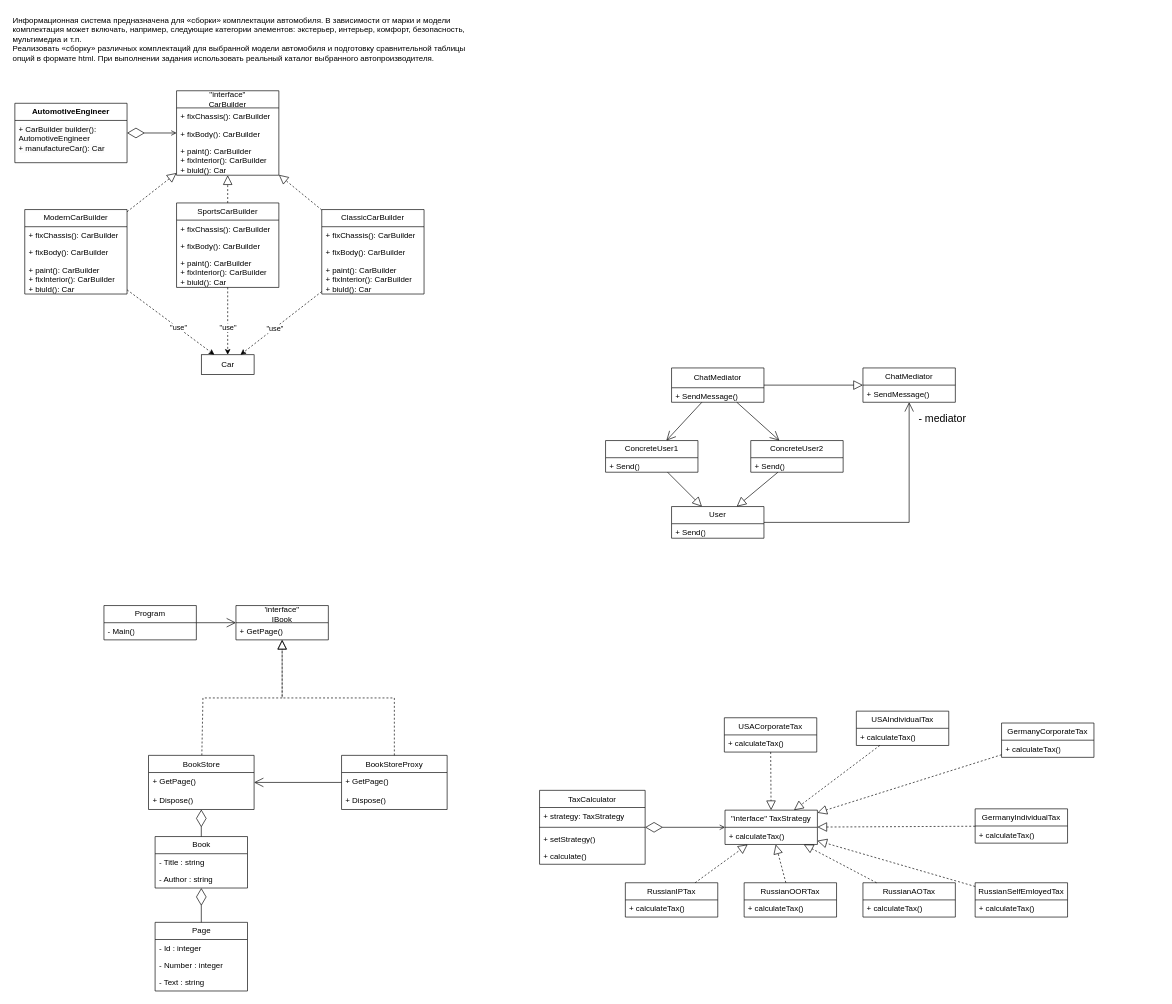
Above: page "2 семестр" (2 of 3) of fist.lab.drawio in veradel/BEAUTY_GLAMOUR_932220 (draw.io), before the change. Source tidied: cells renumbered, new cells numbered last; positions are measured from the earlier drawing's top-left corner, leaving out a move shared by most shapes. Both pictures are drawn from the tidied source at 66%, with x=0, y=0 at pixel (11, 11).
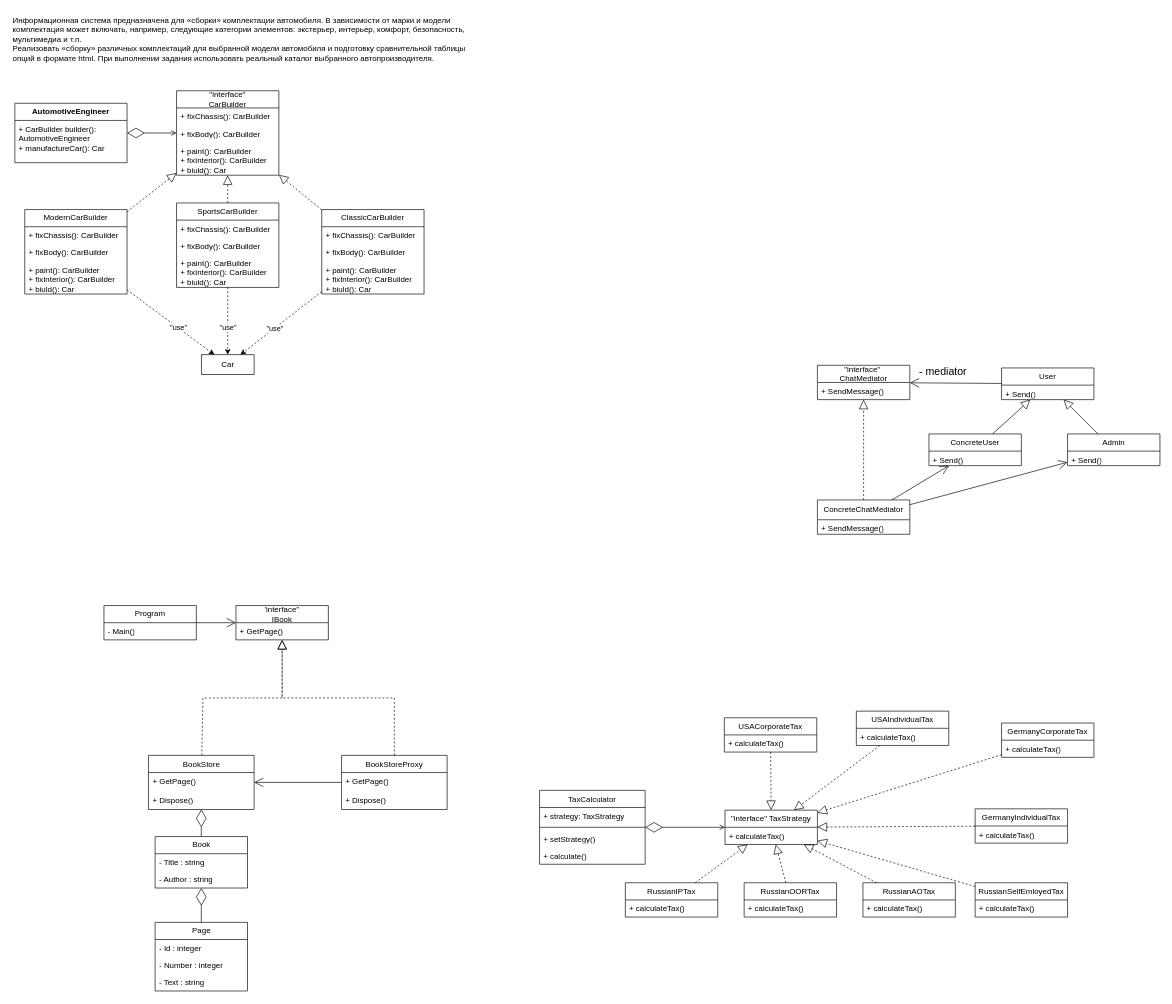
The same page after the edit.

Change to the diagram source:
```diff
@@
-    <mxCell id="55" value="ChatMediator" style="swimlane;fontStyle=0;horizontal=1;startSize=26;fillColor=none;whiteSpace=wrap;html=1;" parent="1" vertex="1">
-      <mxGeometry x="1290" y="540" width="140" height="52" as="geometry" />
+    <mxCell id="55" value="&quot;interface&quot;&amp;nbsp;&lt;div&gt;ChatMediator&lt;/div&gt;" style="swimlane;fontStyle=0;horizontal=1;startSize=26;fillColor=none;whiteSpace=wrap;html=1;" parent="1" vertex="1">
+      <mxGeometry x="1221" y="536" width="140" height="52" as="geometry" />
     </mxCell>
@@
-    <mxCell id="57" style="endArrow=block;endFill=0;endSize=12;html=1;rounded=0;" parent="1" edge="1" source="98" target="55">
+    <mxCell id="57" style="endArrow=block;endFill=0;endSize=12;html=1;rounded=0;dashed=1;" parent="1" edge="1" source="98" target="55">
       <mxGeometry relative="1" as="geometry" />
     </mxCell>
-    <mxCell id="58" value="ConcreteUser1" style="swimlane;fontStyle=0;horizontal=1;startSize=26;fillColor=none;whiteSpace=wrap;html=1;" parent="1" vertex="1">
-      <mxGeometry x="900" y="650" width="140" height="48" as="geometry" />
+    <mxCell id="58" value="ConcreteUser" style="swimlane;fontStyle=0;horizontal=1;startSize=26;fillColor=none;whiteSpace=wrap;html=1;" parent="1" vertex="1">
+      <mxGeometry x="1390" y="640" width="140" height="48" as="geometry" />
     </mxCell>
@@
-    <mxCell id="60" value="ConcreteUser2" style="swimlane;fontStyle=0;horizontal=1;startSize=26;fillColor=none;whiteSpace=wrap;html=1;" parent="1" vertex="1">
-      <mxGeometry x="1120" y="650" width="140" height="48" as="geometry" />
+    <mxCell id="60" value="Admin" style="swimlane;fontStyle=0;horizontal=1;startSize=26;fillColor=none;whiteSpace=wrap;html=1;" parent="1" vertex="1">
+      <mxGeometry x="1600" y="640" width="140" height="48" as="geometry" />
     </mxCell>
@@
-    <mxCell id="98" value="ChatMediator" style="swimlane;fontStyle=0;horizontal=1;startSize=30;fillColor=none;whiteSpace=wrap;html=1;" parent="1" vertex="1">
-      <mxGeometry x="1000" y="540" width="140" height="52" as="geometry" />
+    <mxCell id="98" value="ConcreteChatMediator" style="swimlane;fontStyle=0;horizontal=1;startSize=30;fillColor=none;whiteSpace=wrap;html=1;" parent="1" vertex="1">
+      <mxGeometry x="1221" y="740" width="140" height="52" as="geometry" />
     </mxCell>
@@
     <mxCell id="100" value="User" style="swimlane;fontStyle=0;horizontal=1;startSize=26;fillColor=none;whiteSpace=wrap;html=1;" parent="1" vertex="1">
-      <mxGeometry x="1000" y="750" width="140" height="48" as="geometry" />
+      <mxGeometry x="1500" y="540" width="140" height="48" as="geometry" />
     </mxCell>
@@
     <mxCell id="102" style="endArrow=open;endFill=1;endSize=12;html=1;rounded=0;" parent="1" edge="1" source="100" target="55">
-      <mxGeometry relative="1" as="geometry">
-        <Array as="points">
-          <mxPoint x="1360" y="774" />
-        </Array>
-      </mxGeometry>
+      <mxGeometry relative="1" as="geometry" />
     </mxCell>
     <mxCell id="103" value="- mediator" style="text;html=1;align=center;verticalAlign=middle;strokeColor=none;fillColor=none;fontSize=16;" parent="1" vertex="1">
-      <mxGeometry x="1360" y="601" width="100" height="30" as="geometry" />
+      <mxGeometry x="1361" y="530" width="100" height="30" as="geometry" />
     </mxCell>
```
